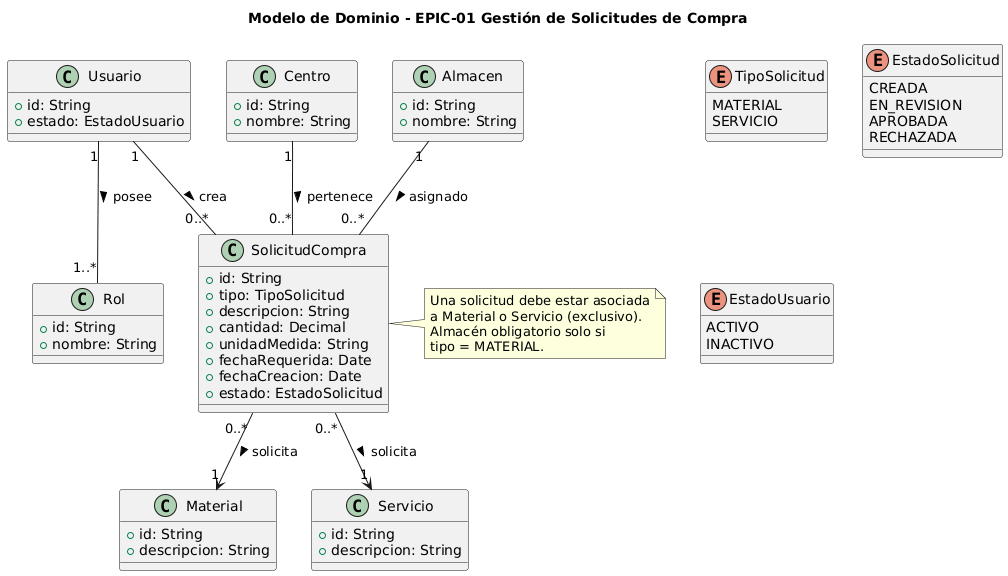
Above: DOCS/MODELO-DOMINIO/Modelo_Dominio_UML_EPIC_01.png in Eileen0205/mvp-sap-mm-next (PlantUML), before the change. Source of this version:
```plantuml
@startuml
title Modelo de Dominio - EPIC-01 Gestión de Solicitudes de Compra


enum TipoSolicitud {
  MATERIAL
  SERVICIO
}

enum EstadoSolicitud {
  CREADA
  EN_REVISION
  APROBADA
  RECHAZADA
}

enum EstadoUsuario {
  ACTIVO
  INACTIVO
}


class SolicitudCompra {
  +id: String
  +tipo: TipoSolicitud
  +descripcion: String
  +cantidad: Decimal
  +unidadMedida: String
  +fechaRequerida: Date
  +fechaCreacion: Date
  +estado: EstadoSolicitud
}

class Usuario {
  +id: String
  +estado: EstadoUsuario
}

class Rol {
  +id: String
  +nombre: String
}

class Centro {
  +id: String
  +nombre: String
}

class Almacen {
  +id: String
  +nombre: String
}

class Material {
  +id: String
  +descripcion: String
}

class Servicio {
  +id: String
  +descripcion: String
}


Usuario "1" -- "0..*" SolicitudCompra : crea >

Usuario "1" -- "1..*" Rol : posee >

Centro "1" -- "0..*" SolicitudCompra : pertenece >

SolicitudCompra "0..*" --> "1" Material : solicita >
SolicitudCompra "0..*" --> "1" Servicio : solicita >

Almacen "1" -- "0..*" SolicitudCompra : asignado >

note right of SolicitudCompra
Una solicitud debe estar asociada
a Material o Servicio (exclusivo).
Almacén obligatorio solo si
tipo = MATERIAL.
end note
@enduml
```
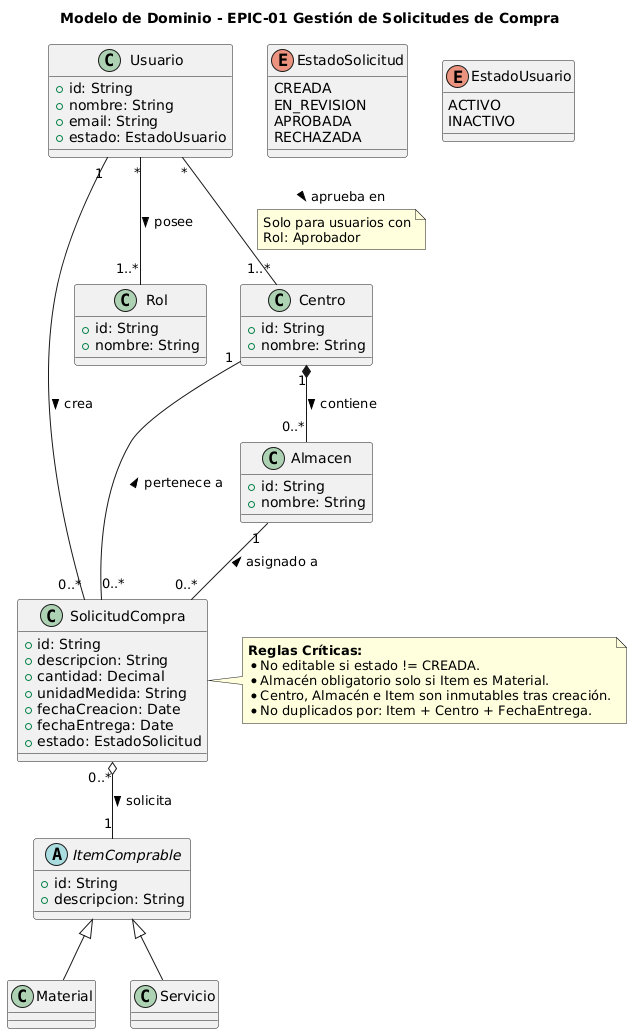
After the commit.

Commit message:
docs: Actualización diagramas UML de dominio y flujo de estados (PNG y PUML) y Modelo de dominio.

Diff of the diagram source:
```diff
@@ -1,11 +1,6 @@
 @startuml
 title Modelo de Dominio - EPIC-01 Gestión de Solicitudes de Compra
 
-
-enum TipoSolicitud {
-  MATERIAL
-  SERVICIO
-}
 
 enum EstadoSolicitud {
   CREADA
@@ -20,19 +15,31 @@
 }
 
 
+abstract class ItemComprable {
+  +id: String
+  +descripcion: String
+}
+
+class Material {
+}
+
+class Servicio {
+}
+
 class SolicitudCompra {
   +id: String
-  +tipo: TipoSolicitud
   +descripcion: String
   +cantidad: Decimal
   +unidadMedida: String
-  +fechaRequerida: Date
   +fechaCreacion: Date
+  +fechaEntrega: Date
   +estado: EstadoSolicitud
 }
 
 class Usuario {
   +id: String
+  +nombre: String
+  +email: String
   +estado: EstadoUsuario
 }
 
@@ -51,32 +58,31 @@
   +nombre: String
 }
 
-class Material {
-  +id: String
-  +descripcion: String
-}
 
-class Servicio {
-  +id: String
-  +descripcion: String
-}
+ItemComprable <|-- Material
+ItemComprable <|-- Servicio
 
+SolicitudCompra "0..*" o-- "1" ItemComprable : solicita >
 
 Usuario "1" -- "0..*" SolicitudCompra : crea >
 
-Usuario "1" -- "1..*" Rol : posee >
+Usuario "*" -- "1..*" Rol : posee >
 
-Centro "1" -- "0..*" SolicitudCompra : pertenece >
+Centro "1" -- "0..*" SolicitudCompra : pertenece a <
 
-SolicitudCompra "0..*" --> "1" Material : solicita >
-SolicitudCompra "0..*" --> "1" Servicio : solicita >
+Centro "1" *-- "0..*" Almacen : contiene >
 
-Almacen "1" -- "0..*" SolicitudCompra : asignado >
+Almacen "1" -- "0..*" SolicitudCompra : asignado a <
+
+Usuario "*" -- "1..*" Centro : aprueba en >
+note on link: Solo para usuarios con\nRol: Aprobador
+
 
 note right of SolicitudCompra
-Una solicitud debe estar asociada
-a Material o Servicio (exclusivo).
-Almacén obligatorio solo si
-tipo = MATERIAL.
+  **Reglas Críticas:**
+  * No editable si estado != CREADA.
+  * Almacén obligatorio solo si Item es Material.
+  * Centro, Almacén e Item son inmutables tras creación.
+  * No duplicados por: Item + Centro + FechaEntrega.
 end note
 @enduml
```
